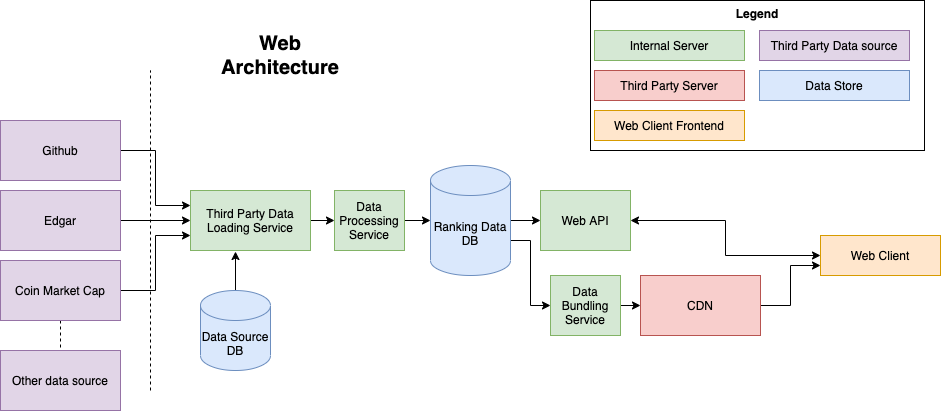
Above: diagrams/proposed-architecture.png in kuczmama/crypto-ranker (draw.io), before the change. Source tidied: cells renumbered, new cells last; positions are measured from the earlier drawing's top-left corner, leaving out a move shared by most shapes.
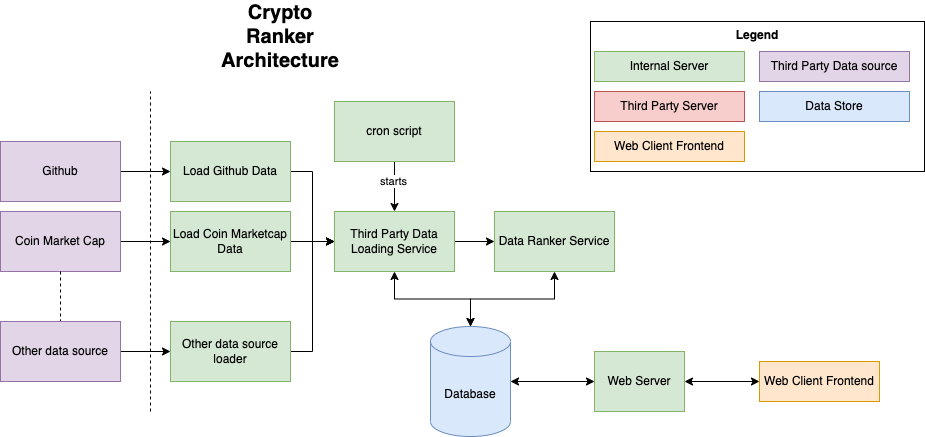
After the commit.

Commit message:
Update architecture diagram in readme

What changed in the source:
```diff
@@ -2,33 +2,30 @@
   <root>
     <mxCell id="0" />
     <mxCell id="1" parent="0" />
-    <mxCell id="2" style="edgeStyle=orthogonalEdgeStyle;rounded=0;jettySize=auto;html=1;exitX=1;exitY=0.5;exitDx=0;exitDy=0;entryX=0;entryY=0.5;entryDx=0;entryDy=0;startArrow=none;startFill=0;endArrow=classic;endFill=1;" parent="1" edge="1" source="3" target="25">
-      <mxGeometry relative="1" as="geometry" />
-    </mxCell>
+    <mxCell id="34" style="edgeStyle=orthogonalEdgeStyle;rounded=0;jettySize=auto;html=1;exitX=1;exitY=0.5;exitDx=0;exitDy=0;" parent="1" edge="1" source="3" target="48">
+      <mxGeometry relative="1" as="geometry" />
+    </mxCell>
+    <mxCell id="35" style="edgeStyle=orthogonalEdgeStyle;rounded=0;jettySize=auto;html=1;exitX=0.5;exitY=1;exitDx=0;exitDy=0;entryX=0.5;entryY=0;entryDx=0;entryDy=0;entryPerimeter=0;startArrow=classic;startFill=1;" parent="1" edge="1" source="3" target="30">
+      <mxGeometry relative="1" as="geometry" />
+    </mxCell>
     <mxCell id="3" value="Third Party Data Loading Service" style="rounded=0;whiteSpace=wrap;html=1;fillColor=#d5e8d4;strokeColor=#82b366;" parent="1" vertex="1">
-      <mxGeometry x="190" y="190" width="120" height="60" as="geometry" />
+      <mxGeometry x="334" y="190" width="120" height="60" as="geometry" />
     </mxCell>
-    <mxCell id="4" style="edgeStyle=orthogonalEdgeStyle;rounded=0;jettySize=auto;html=1;exitX=1;exitY=0.5;exitDx=0;exitDy=0;entryX=0;entryY=0.5;entryDx=0;entryDy=0;" parent="1" edge="1" source="5" target="3">
-      <mxGeometry relative="1" as="geometry" />
-    </mxCell>
+    <mxCell id="36" style="edgeStyle=orthogonalEdgeStyle;rounded=0;jettySize=auto;html=1;exitX=1;exitY=0.5;exitDx=0;exitDy=0;entryX=0;entryY=0.5;entryDx=0;entryDy=0;" parent="1" edge="1" source="5" target="41">
+      <mxGeometry relative="1" as="geometry" />
+    </mxCell>
-    <mxCell id="5" value="Edgar" style="rounded=0;whiteSpace=wrap;html=1;fillColor=#e1d5e7;strokeColor=#9673a6;" parent="1" vertex="1">
+    <mxCell id="5" value="Coin Market Cap" style="rounded=0;whiteSpace=wrap;html=1;fillColor=#e1d5e7;strokeColor=#9673a6;" parent="1" vertex="1">
       <mxGeometry y="190" width="120" height="60" as="geometry" />
     </mxCell>
-    <mxCell id="6" style="edgeStyle=orthogonalEdgeStyle;rounded=0;jettySize=auto;html=1;exitX=1;exitY=0.5;exitDx=0;exitDy=0;entryX=0;entryY=0.25;entryDx=0;entryDy=0;" parent="1" edge="1" source="7" target="3">
+    <mxCell id="6" style="edgeStyle=orthogonalEdgeStyle;rounded=0;jettySize=auto;html=1;exitX=1;exitY=0.5;exitDx=0;exitDy=0;" parent="1" edge="1" source="7" target="39">
       <mxGeometry relative="1" as="geometry" />
     </mxCell>
     <mxCell id="7" value="Github" style="rounded=0;whiteSpace=wrap;html=1;fillColor=#e1d5e7;strokeColor=#9673a6;" parent="1" vertex="1">
       <mxGeometry y="120" width="120" height="60" as="geometry" />
     </mxCell>
-    <mxCell id="8" style="edgeStyle=orthogonalEdgeStyle;rounded=0;jettySize=auto;html=1;exitX=1;exitY=0.5;exitDx=0;exitDy=0;entryX=0;entryY=0.75;entryDx=0;entryDy=0;" parent="1" edge="1" source="10" target="3">
-      <mxGeometry relative="1" as="geometry" />
-    </mxCell>
-    <mxCell id="9" style="edgeStyle=orthogonalEdgeStyle;rounded=0;jettySize=auto;html=1;exitX=0.5;exitY=1;exitDx=0;exitDy=0;entryX=0.5;entryY=0;entryDx=0;entryDy=0;endArrow=none;endFill=0;dashed=1;" parent="1" edge="1" source="10" target="16">
+    <mxCell id="9" style="edgeStyle=orthogonalEdgeStyle;rounded=0;jettySize=auto;html=1;exitX=0.5;exitY=1;exitDx=0;exitDy=0;entryX=0.5;entryY=0;entryDx=0;entryDy=0;endArrow=none;endFill=0;dashed=1;" parent="1" edge="1" source="5" target="16">
       <mxGeometry relative="1" as="geometry" />
     </mxCell>
-    <mxCell id="10" value="Coin Market Cap" style="rounded=0;whiteSpace=wrap;html=1;fillColor=#e1d5e7;strokeColor=#9673a6;" parent="1" vertex="1">
-      <mxGeometry y="260" width="120" height="60" as="geometry" />
-    </mxCell>
     <mxCell id="11" style="endArrow=none;dashed=1;html=1;rounded=0;" parent="1" edge="1">
       <mxGeometry relative="1" as="geometry">
         <mxPoint x="150" y="390" as="sourcePoint" />
@@ -47,59 +44,68 @@
     <mxCell id="15" value="Data Store" style="rounded=0;whiteSpace=wrap;html=1;verticalAlign=middle;fillColor=#dae8fc;strokeColor=#6c8ebf;" parent="1" vertex="1">
       <mxGeometry x="759" y="70" width="150" height="30" as="geometry" />
     </mxCell>
+    <mxCell id="37" style="edgeStyle=orthogonalEdgeStyle;rounded=0;jettySize=auto;html=1;exitX=1;exitY=0.5;exitDx=0;exitDy=0;" parent="1" edge="1" source="16" target="43">
+      <mxGeometry relative="1" as="geometry" />
+    </mxCell>
     <mxCell id="16" value="Other data source" style="rounded=0;whiteSpace=wrap;html=1;fillColor=#e1d5e7;strokeColor=#9673a6;" parent="1" vertex="1">
-      <mxGeometry y="350" width="120" height="60" as="geometry" />
+      <mxGeometry y="300" width="120" height="60" as="geometry" />
     </mxCell>
     <mxCell id="17" style="edgeStyle=orthogonalEdgeStyle;rounded=0;jettySize=auto;html=1;exitX=1;exitY=0.5;exitDx=0;exitDy=0;entryX=0;entryY=0.5;entryDx=0;entryDy=0;startArrow=classic;startFill=1;endArrow=classic;endFill=1;" parent="1" edge="1" source="18" target="20">
       <mxGeometry relative="1" as="geometry" />
     </mxCell>
-    <mxCell id="18" value="Web API" style="rounded=0;whiteSpace=wrap;html=1;verticalAlign=middle;fillColor=#d5e8d4;strokeColor=#82b366;" parent="1" vertex="1">
-      <mxGeometry x="540" y="190" width="90" height="60" as="geometry" />
+    <mxCell id="18" value="Web Server" style="rounded=0;whiteSpace=wrap;html=1;verticalAlign=middle;fillColor=#d5e8d4;strokeColor=#82b366;" parent="1" vertex="1">
+      <mxGeometry x="594" y="330" width="90" height="60" as="geometry" />
     </mxCell>
     <mxCell id="19" value="Web Client Frontend" style="rounded=0;whiteSpace=wrap;html=1;verticalAlign=middle;fillColor=#ffe6cc;strokeColor=#d79b00;" parent="1" vertex="1">
       <mxGeometry x="594" y="110" width="150" height="30" as="geometry" />
     </mxCell>
-    <mxCell id="20" value="Web Client" style="rounded=0;whiteSpace=wrap;html=1;verticalAlign=middle;fillColor=#ffe6cc;strokeColor=#d79b00;" parent="1" vertex="1">
-      <mxGeometry x="820" y="235" width="120" height="40" as="geometry" />
+    <mxCell id="20" value="Web Client Frontend" style="rounded=0;whiteSpace=wrap;html=1;verticalAlign=middle;fillColor=#ffe6cc;strokeColor=#d79b00;" parent="1" vertex="1">
+      <mxGeometry x="759" y="340" width="120" height="40" as="geometry" />
     </mxCell>
-    <mxCell id="21" style="edgeStyle=orthogonalEdgeStyle;rounded=0;jettySize=auto;html=1;exitX=1;exitY=0.5;exitDx=0;exitDy=0;entryX=0;entryY=0.75;entryDx=0;entryDy=0;startArrow=none;startFill=0;endArrow=classic;endFill=1;" parent="1" edge="1" source="22" target="20">
-      <mxGeometry relative="1" as="geometry" />
-    </mxCell>
-    <mxCell id="22" value="CDN" style="rounded=0;whiteSpace=wrap;html=1;verticalAlign=middle;fillColor=#f8cecc;strokeColor=#b85450;" parent="1" vertex="1">
-      <mxGeometry x="640" y="275" width="120" height="60" as="geometry" />
-    </mxCell>
     <mxCell id="23" value="Third Party Server" style="rounded=0;whiteSpace=wrap;html=1;verticalAlign=middle;fillColor=#f8cecc;strokeColor=#b85450;" parent="1" vertex="1">
       <mxGeometry x="594" y="70" width="150" height="30" as="geometry" />
     </mxCell>
-    <mxCell id="24" style="edgeStyle=orthogonalEdgeStyle;rounded=0;jettySize=auto;html=1;exitX=1;exitY=0.5;exitDx=0;exitDy=0;entryX=0;entryY=0.5;entryDx=0;entryDy=0;entryPerimeter=0;startArrow=none;startFill=0;endArrow=classic;endFill=1;" parent="1" edge="1" source="25" target="30">
-      <mxGeometry relative="1" as="geometry" />
-    </mxCell>
-    <mxCell id="25" value="Data Processing Service" style="rounded=0;whiteSpace=wrap;html=1;verticalAlign=middle;fillColor=#d5e8d4;strokeColor=#82b366;" parent="1" vertex="1">
-      <mxGeometry x="334" y="190" width="70" height="60" as="geometry" />
-    </mxCell>
-    <mxCell id="26" style="edgeStyle=orthogonalEdgeStyle;rounded=0;jettySize=auto;html=1;exitX=1;exitY=0.5;exitDx=0;exitDy=0;entryX=0;entryY=0.5;entryDx=0;entryDy=0;startArrow=none;startFill=0;endArrow=classic;endFill=1;" parent="1" edge="1" source="27" target="22">
-      <mxGeometry relative="1" as="geometry" />
-    </mxCell>
-    <mxCell id="27" value="Data Bundling Service" style="rounded=0;whiteSpace=wrap;html=1;verticalAlign=middle;fillColor=#d5e8d4;strokeColor=#82b366;" parent="1" vertex="1">
-      <mxGeometry x="550" y="275" width="70" height="60" as="geometry" />
-    </mxCell>
-    <mxCell id="28" style="edgeStyle=orthogonalEdgeStyle;rounded=0;jettySize=auto;html=1;exitX=1;exitY=0.5;exitDx=0;exitDy=0;exitPerimeter=0;entryX=0;entryY=0.5;entryDx=0;entryDy=0;startArrow=none;startFill=0;endArrow=classic;endFill=1;" parent="1" edge="1" source="30" target="18">
+    <mxCell id="28" style="edgeStyle=orthogonalEdgeStyle;rounded=0;jettySize=auto;html=1;exitX=1;exitY=0.5;exitDx=0;exitDy=0;exitPerimeter=0;entryX=0;entryY=0.5;entryDx=0;entryDy=0;startArrow=classic;startFill=1;" parent="1" edge="1" source="30" target="18">
       <mxGeometry relative="1" as="geometry" />
     </mxCell>
-    <mxCell id="29" style="edgeStyle=orthogonalEdgeStyle;rounded=0;jettySize=auto;html=1;exitX=1;exitY=0;exitDx=0;exitDy=75;exitPerimeter=0;startArrow=none;startFill=0;endArrow=classic;endFill=1;" parent="1" edge="1" source="30" target="27">
-      <mxGeometry relative="1" as="geometry" />
-    </mxCell>
-    <mxCell id="30" value="Ranking Data DB" style="shape=cylinder3;whiteSpace=wrap;html=1;boundedLbl=1;backgroundOutline=1;size=15;fillColor=#dae8fc;strokeColor=#6c8ebf;" parent="1" vertex="1">
-      <mxGeometry x="430" y="165" width="80" height="110" as="geometry" />
+    <mxCell id="30" value="Database" style="shape=cylinder3;whiteSpace=wrap;html=1;boundedLbl=1;backgroundOutline=1;size=15;fillColor=#dae8fc;strokeColor=#6c8ebf;" parent="1" vertex="1">
+      <mxGeometry x="430" y="305" width="80" height="110" as="geometry" />
     </mxCell>
-    <mxCell id="31" style="edgeStyle=orthogonalEdgeStyle;rounded=0;jettySize=auto;html=1;exitX=0.5;exitY=0;exitDx=0;exitDy=0;exitPerimeter=0;entryX=0.375;entryY=1.017;entryDx=0;entryDy=0;entryPerimeter=0;startArrow=none;startFill=0;endArrow=classic;endFill=1;" parent="1" edge="1" source="32" target="3">
-      <mxGeometry relative="1" as="geometry" />
-    </mxCell>
-    <mxCell id="32" value="Data Source DB" style="shape=cylinder3;whiteSpace=wrap;html=1;boundedLbl=1;backgroundOutline=1;size=15;fillColor=#dae8fc;strokeColor=#6c8ebf;" parent="1" vertex="1">
-      <mxGeometry x="200" y="290" width="70" height="80" as="geometry" />
-    </mxCell>
-    <mxCell id="33" value="&lt;b style=&quot;font-size: 20px;&quot;&gt;Web Architecture&lt;/b&gt;" style="text;html=1;strokeColor=none;fillColor=none;align=center;verticalAlign=middle;whiteSpace=wrap;rounded=0;fontSize=20;" parent="1" vertex="1">
-      <mxGeometry x="250" y="40" width="60" height="30" as="geometry" />
+    <mxCell id="33" value="&lt;b style=&quot;font-size: 20px&quot;&gt;Crypto Ranker Architecture&lt;/b&gt;" style="text;html=1;strokeColor=none;fillColor=none;align=center;verticalAlign=middle;whiteSpace=wrap;rounded=0;fontSize=20;" parent="1" vertex="1">
+      <mxGeometry x="250" width="60" height="30" as="geometry" />
     </mxCell>
+    <mxCell id="38" style="edgeStyle=orthogonalEdgeStyle;rounded=0;jettySize=auto;html=1;exitX=1;exitY=0.5;exitDx=0;exitDy=0;entryX=0;entryY=0.5;entryDx=0;entryDy=0;" parent="1" edge="1" source="39" target="3">
+      <mxGeometry relative="1" as="geometry" />
+    </mxCell>
+    <mxCell id="39" value="Load Github Data" style="rounded=0;whiteSpace=wrap;html=1;fillColor=#d5e8d4;strokeColor=#82b366;" parent="1" vertex="1">
+      <mxGeometry x="170" y="120" width="120" height="60" as="geometry" />
+    </mxCell>
+    <mxCell id="40" style="edgeStyle=orthogonalEdgeStyle;rounded=0;jettySize=auto;html=1;exitX=1;exitY=0.5;exitDx=0;exitDy=0;entryX=0;entryY=0.5;entryDx=0;entryDy=0;" parent="1" edge="1" source="41" target="3">
+      <mxGeometry relative="1" as="geometry" />
+    </mxCell>
+    <mxCell id="41" value="Load Coin Marketcap Data" style="rounded=0;whiteSpace=wrap;html=1;fillColor=#d5e8d4;strokeColor=#82b366;" parent="1" vertex="1">
+      <mxGeometry x="170" y="190" width="120" height="60" as="geometry" />
+    </mxCell>
+    <mxCell id="42" style="edgeStyle=orthogonalEdgeStyle;rounded=0;jettySize=auto;html=1;exitX=1;exitY=0.5;exitDx=0;exitDy=0;entryX=0;entryY=0.5;entryDx=0;entryDy=0;" parent="1" edge="1" source="43" target="3">
+      <mxGeometry relative="1" as="geometry" />
+    </mxCell>
+    <mxCell id="43" value="Other data source loader" style="rounded=0;whiteSpace=wrap;html=1;fillColor=#d5e8d4;strokeColor=#82b366;" parent="1" vertex="1">
+      <mxGeometry x="170" y="300" width="120" height="60" as="geometry" />
+    </mxCell>
+    <mxCell id="44" style="edgeStyle=orthogonalEdgeStyle;rounded=0;jettySize=auto;html=1;exitX=0.5;exitY=1;exitDx=0;exitDy=0;entryX=0.5;entryY=0;entryDx=0;entryDy=0;" parent="1" edge="1" source="46" target="3">
+      <mxGeometry relative="1" as="geometry" />
+    </mxCell>
+    <mxCell id="45" value="starts" style="edgeLabel;html=1;align=center;verticalAlign=middle;" parent="44" vertex="1">
+      <mxGeometry x="-0.24" y="-2" relative="1" as="geometry" />
+    </mxCell>
+    <mxCell id="46" value="cron script" style="rounded=0;whiteSpace=wrap;html=1;fillColor=#d5e8d4;strokeColor=#82b366;" parent="1" vertex="1">
+      <mxGeometry x="334" y="80" width="120" height="60" as="geometry" />
+    </mxCell>
+    <mxCell id="47" style="edgeStyle=orthogonalEdgeStyle;rounded=0;jettySize=auto;html=1;exitX=0.5;exitY=1;exitDx=0;exitDy=0;entryX=0.5;entryY=0;entryDx=0;entryDy=0;entryPerimeter=0;startArrow=classic;startFill=1;" parent="1" edge="1" source="48" target="30">
+      <mxGeometry relative="1" as="geometry" />
+    </mxCell>
+    <mxCell id="48" value="Data Ranker Service" style="rounded=0;whiteSpace=wrap;html=1;fillColor=#d5e8d4;strokeColor=#82b366;" parent="1" vertex="1">
+      <mxGeometry x="494" y="190" width="120" height="60" as="geometry" />
+    </mxCell>
   </root>
 </mxGraphModel>
```
